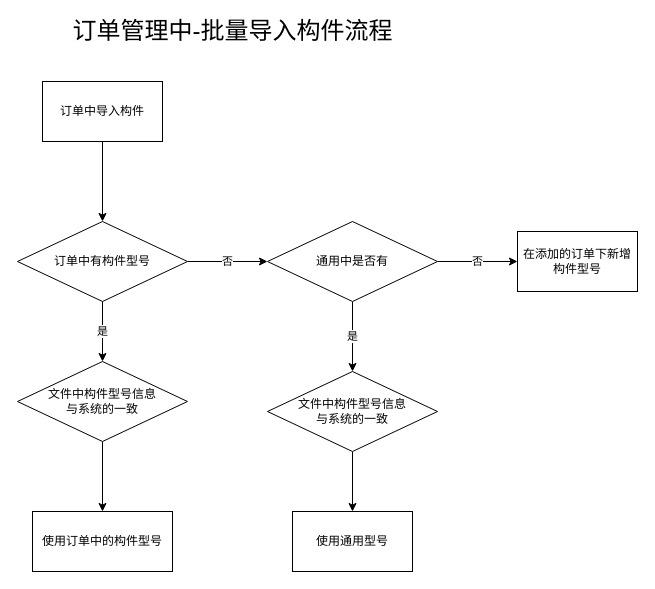
Earlier version of the draw.io diagram page "导入信息" (2 of 2) of DiagramNet/iPC.drawio (hanrker/diagramNet). Source tidied: cells renumbered, new cells numbered last; positions are measured from the earlier drawing's top-left corner, leaving out a move shared by most shapes. Both pictures are drawn from the tidied source at 100%, with x=0, y=0 at pixel (17, 21).
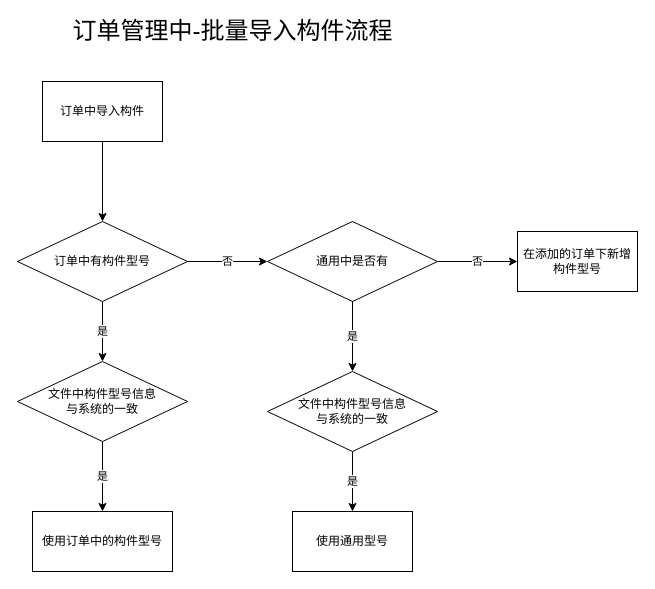
The same page after the edit.

The edit, as a diff of the source:
```diff
@@
 <mxGraphModel>
   <root>
     <mxCell id="0" />
     <mxCell id="1" parent="0" />
     <mxCell id="2" style="edgeStyle=orthogonalEdgeStyle;rounded=0;jettySize=auto;html=1;entryX=0.5;entryY=0;entryDx=0;entryDy=0;" parent="1" edge="1" source="3" target="6">
       <mxGeometry relative="1" as="geometry" />
     </mxCell>
     <mxCell id="3" value="订单中导入构件" style="rounded=0;whiteSpace=wrap;html=1;" parent="1" vertex="1">
       <mxGeometry x="25" y="60" width="120" height="60" as="geometry" />
     </mxCell>
     <mxCell id="4" value="是" style="edgeStyle=orthogonalEdgeStyle;rounded=0;jettySize=auto;html=1;entryX=0.5;entryY=0;entryDx=0;entryDy=0;" parent="1" edge="1" source="6" target="9">
       <mxGeometry relative="1" as="geometry" />
     </mxCell>
     <mxCell id="5" value="否" style="edgeStyle=orthogonalEdgeStyle;rounded=0;jettySize=auto;html=1;" parent="1" edge="1" source="6" target="14">
       <mxGeometry relative="1" as="geometry" />
     </mxCell>
     <mxCell id="6" value="订单中有构件型号" style="rhombus;whiteSpace=wrap;html=1;" parent="1" vertex="1">
       <mxGeometry y="200" width="170" height="80" as="geometry" />
     </mxCell>
     <mxCell id="7" value="使用订单中的构件型号" style="whiteSpace=wrap;html=1;" parent="1" vertex="1">
       <mxGeometry x="15" y="490" width="140" height="60" as="geometry" />
     </mxCell>
-    <mxCell id="8" style="edgeStyle=orthogonalEdgeStyle;rounded=0;jettySize=auto;html=1;" parent="1" edge="1" source="9" target="7">
+    <mxCell id="8" value="是" style="edgeStyle=orthogonalEdgeStyle;rounded=0;jettySize=auto;html=1;" parent="1" edge="1" source="9" target="7">
       <mxGeometry relative="1" as="geometry" />
     </mxCell>
     <mxCell id="9" value="文件中构件型号信息&lt;br&gt;与系统的一致" style="rhombus;whiteSpace=wrap;html=1;" parent="1" vertex="1">
       <mxGeometry y="340" width="170" height="80" as="geometry" />
     </mxCell>
     <mxCell id="10" value="在添加的订单下新增构件型号" style="whiteSpace=wrap;html=1;" parent="1" vertex="1">
       <mxGeometry x="500" y="210" width="120" height="60" as="geometry" />
     </mxCell>
     <mxCell id="11" value="&lt;font style=&quot;font-size: 24px&quot;&gt;订单管理中-批量导入构件流程&lt;/font&gt;" style="text;html=1;align=center;verticalAlign=middle;fillColor=none;strokeColor=none;rounded=0;" parent="1" vertex="1">
       <mxGeometry x="45" width="340" height="20" as="geometry" />
     </mxCell>
     <mxCell id="12" value="否" style="edgeStyle=orthogonalEdgeStyle;rounded=0;jettySize=auto;html=1;" parent="1" edge="1" source="14" target="10">
       <mxGeometry relative="1" as="geometry" />
     </mxCell>
     <mxCell id="13" value="是" style="edgeStyle=orthogonalEdgeStyle;rounded=0;jettySize=auto;html=1;" parent="1" edge="1" source="14">
       <mxGeometry relative="1" as="geometry">
         <mxPoint x="335" y="350" as="targetPoint" />
       </mxGeometry>
     </mxCell>
     <mxCell id="14" value="通用中是否有" style="rhombus;whiteSpace=wrap;html=1;" parent="1" vertex="1">
       <mxGeometry x="250" y="200" width="170" height="80" as="geometry" />
     </mxCell>
     <mxCell id="15" value="使用通用型号" style="whiteSpace=wrap;html=1;" parent="1" vertex="1">
       <mxGeometry x="275" y="490" width="120" height="60" as="geometry" />
     </mxCell>
-    <mxCell id="16" style="edgeStyle=orthogonalEdgeStyle;rounded=0;jettySize=auto;html=1;" parent="1" edge="1" source="17" target="15">
+    <mxCell id="16" value="是" style="edgeStyle=orthogonalEdgeStyle;rounded=0;jettySize=auto;html=1;" parent="1" edge="1" source="17" target="15">
       <mxGeometry relative="1" as="geometry" />
     </mxCell>
     <mxCell id="17" value="文件中构件型号信息&lt;br&gt;与系统的一致" style="rhombus;whiteSpace=wrap;html=1;" parent="1" vertex="1">
       <mxGeometry x="250" y="350" width="170" height="80" as="geometry" />
     </mxCell>
   </root>
 </mxGraphModel>
```
